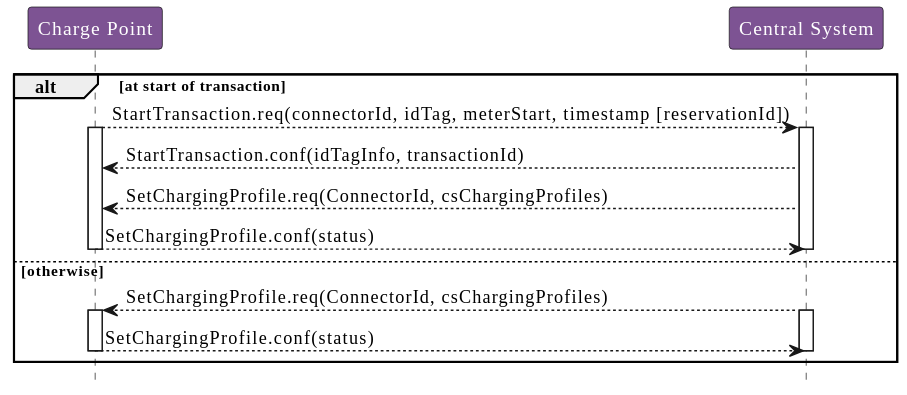
Earlier version of the PlantUML export OCPP_1.6_ko/images/figure_37.svg (phoi5675/ocpp-markdown). The source it was exported from:
```plantuml
@startuml
!include style.puml

participant "Charge Point" as ChargePoint
participant "Central System" as CentralSystem

alt at start of transaction
  ChargePoint --> CentralSystem : StartTransaction.req(connectorId, idTag, meterStart, timestamp [reservationId])
  activate ChargePoint
  activate CentralSystem

  CentralSystem --> ChargePoint : StartTransaction.conf(idTagInfo, transactionId)

  CentralSystem --> ChargePoint : SetChargingProfile.req(ConnectorId, csChargingProfiles)

  ChargePoint --> CentralSystem : SetChargingProfile.conf(status)

  deactivate CentralSystem
  deactivate ChargePoint
else otherwise
  CentralSystem --> ChargePoint : SetChargingProfile.req(ConnectorId, csChargingProfiles)

  activate ChargePoint
  activate CentralSystem

  ChargePoint --> CentralSystem : SetChargingProfile.conf(status)

  deactivate CentralSystem
  deactivate ChargePoint
end
@enduml
```
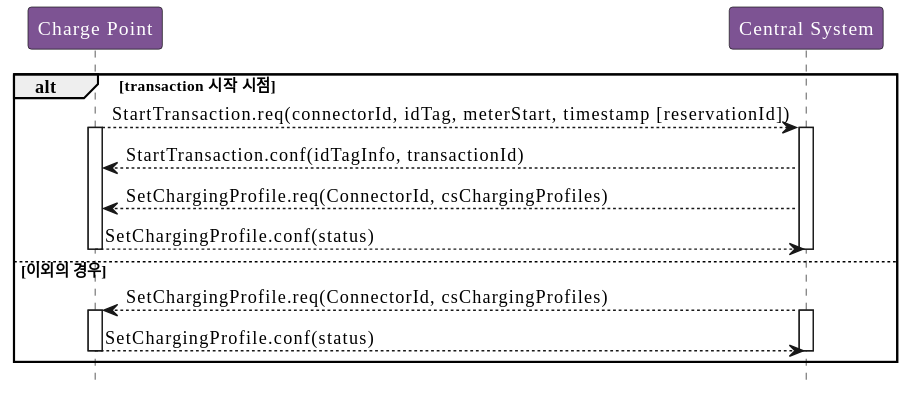
The same diagram one commit later.

What changed in the source:
```diff
@@ -4,7 +4,7 @@
 participant "Charge Point" as ChargePoint
 participant "Central System" as CentralSystem
 
-alt at start of transaction
+alt transaction 시작 시점
   ChargePoint --> CentralSystem : StartTransaction.req(connectorId, idTag, meterStart, timestamp [reservationId])
   activate ChargePoint
   activate CentralSystem
@@ -17,7 +17,7 @@
 
   deactivate CentralSystem
   deactivate ChargePoint
-else otherwise
+else 이외의 경우
   CentralSystem --> ChargePoint : SetChargingProfile.req(ConnectorId, csChargingProfiles)
 
   activate ChargePoint
```
